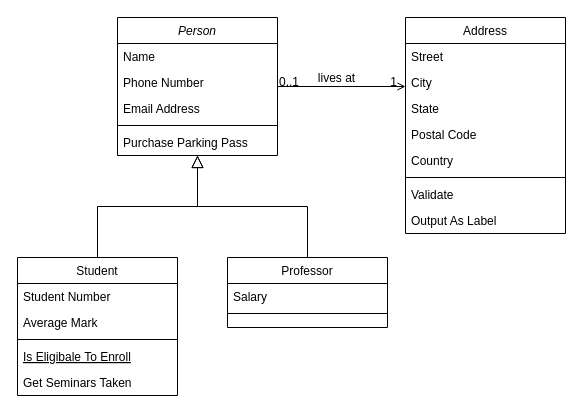
This is Untitled Diagram.drawio from mikeharris-github/SE450-JPaint, a draw.io file, before an edit. Source tidied: cells renumbered, new cells numbered last; positions are measured from the earlier drawing's top-left corner, leaving out a move shared by most shapes. Both pictures are drawn from the tidied source at 100%, with x=0, y=0 at pixel (17, 17).
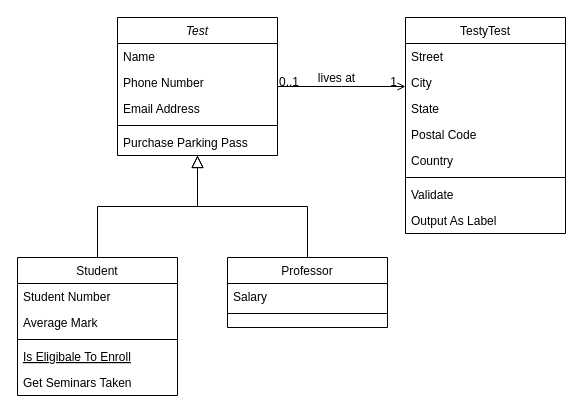
After the change.

The edit, as a diff of the source:
```diff
@@
-    <mxCell id="2" value="Person" style="swimlane;fontStyle=2;align=center;verticalAlign=top;horizontal=1;startSize=26;rounded=0;shadow=0;strokeWidth=1;" parent="1" vertex="1">
+    <mxCell id="2" value="Test" style="swimlane;fontStyle=2;align=center;verticalAlign=top;horizontal=1;startSize=26;rounded=0;shadow=0;strokeWidth=1;" parent="1" vertex="1">
       <mxGeometry x="100" width="160" height="138" as="geometry" />
     </mxCell>
@@
-    <mxCell id="19" value="Address" style="swimlane;fontStyle=0;align=center;verticalAlign=top;horizontal=1;startSize=26;rounded=0;shadow=0;strokeWidth=1;" parent="1" vertex="1">
+    <mxCell id="19" value="TestyTest" style="swimlane;fontStyle=0;align=center;verticalAlign=top;horizontal=1;startSize=26;rounded=0;shadow=0;strokeWidth=1;" parent="1" vertex="1">
       <mxGeometry x="388" width="160" height="216" as="geometry" />
     </mxCell>
```
